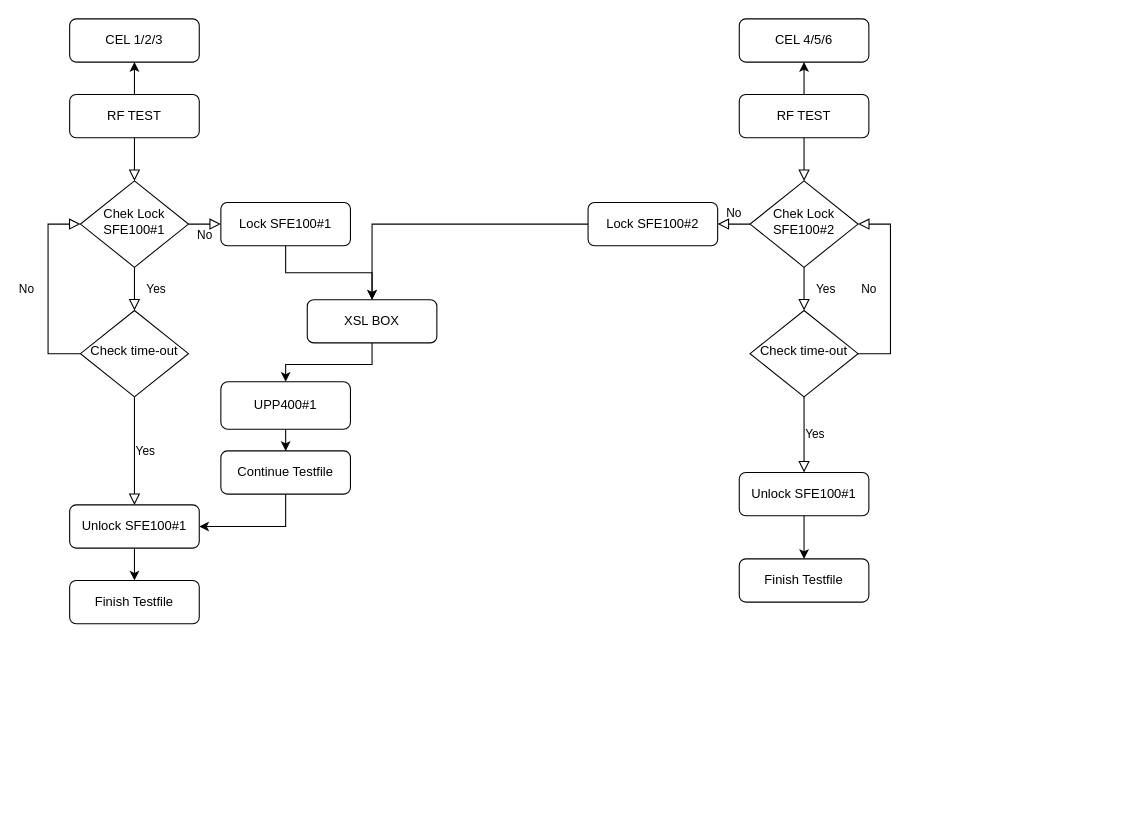
Above: FCT50 PSA IO.drawio in Waldri/index (draw.io), before the change. Source tidied: cells renumbered, new cells numbered last; positions are measured from the earlier drawing's top-left corner, leaving out a move shared by most shapes. Both pictures are drawn from the tidied source at 108%, with x=0, y=0 at pixel (48, 18).
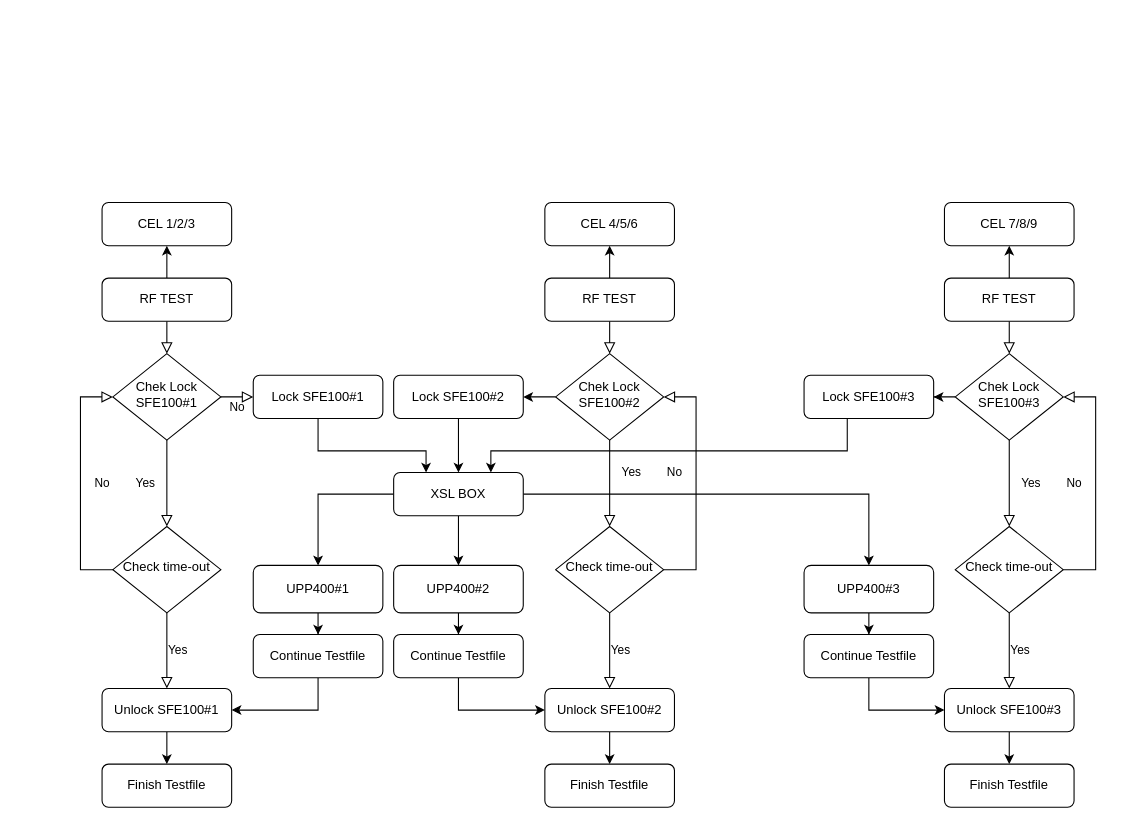
After the change.

What changed in the source:
```diff
@@
     <mxCell id="4" value="RF TEST" style="rounded=1;whiteSpace=wrap;html=1;fontSize=12;glass=0;strokeWidth=1;shadow=0;" parent="1" vertex="1">
-      <mxGeometry x="20" y="70" width="120" height="40" as="geometry" />
+      <mxGeometry x="50" y="240" width="120" height="40" as="geometry" />
     </mxCell>
     <mxCell id="5" value="Yes" style="rounded=0;html=1;jettySize=auto;fontSize=11;endArrow=block;endFill=0;endSize=8;strokeWidth=1;shadow=0;labelBackgroundColor=none;edgeStyle=orthogonalEdgeStyle;" parent="1" edge="1" source="7" target="12">
-      <mxGeometry y="20" relative="1" as="geometry" />
+      <mxGeometry y="-20" relative="1" as="geometry" />
     </mxCell>
@@
     <mxCell id="7" value="Chek Lock SFE100#1" style="rhombus;whiteSpace=wrap;html=1;shadow=0;fontFamily=Helvetica;fontSize=12;align=center;strokeWidth=1;spacing=6;spacingTop=-4;" parent="1" vertex="1">
-      <mxGeometry x="30" y="150" width="100" height="80" as="geometry" />
+      <mxGeometry x="60" y="310" width="100" height="80" as="geometry" />
     </mxCell>
-    <mxCell id="8" style="edgeStyle=orthogonalEdgeStyle;rounded=0;jettySize=auto;html=1;" parent="1" edge="1" source="9" target="17">
-      <mxGeometry relative="1" as="geometry" />
+    <mxCell id="8" style="edgeStyle=orthogonalEdgeStyle;rounded=0;jettySize=auto;html=1;entryX=0.25;entryY=0;entryDx=0;entryDy=0;" parent="1" edge="1" source="9" target="17">
+      <mxGeometry relative="1" as="geometry">
+        <Array as="points">
+          <mxPoint x="250" y="400" />
+          <mxPoint x="350" y="400" />
+        </Array>
+      </mxGeometry>
     </mxCell>
     <mxCell id="9" value="Lock SFE100#1" style="rounded=1;whiteSpace=wrap;html=1;fontSize=12;glass=0;strokeWidth=1;shadow=0;" parent="1" vertex="1">
-      <mxGeometry x="160" y="170" width="120" height="40" as="geometry" />
+      <mxGeometry x="190" y="330" width="120" height="40" as="geometry" />
     </mxCell>
     <mxCell id="10" value="No" style="rounded=0;html=1;jettySize=auto;fontSize=11;endArrow=block;endFill=0;endSize=8;strokeWidth=1;shadow=0;labelBackgroundColor=none;edgeStyle=orthogonalEdgeStyle;entryX=0;entryY=0.5;entryDx=0;entryDy=0;" parent="1" edge="1" source="12" target="7">
-      <mxGeometry y="20" relative="1" as="geometry">
+      <mxGeometry y="-20" relative="1" as="geometry">
         <Array as="points">
-          <mxPoint y="310" />
-          <mxPoint y="190" />
+          <mxPoint x="30" y="510" />
+          <mxPoint x="30" y="350" />
         </Array>
       </mxGeometry>
     </mxCell>
@@
     <mxCell id="12" value="Check time-out" style="rhombus;whiteSpace=wrap;html=1;shadow=0;fontFamily=Helvetica;fontSize=12;align=center;strokeWidth=1;spacing=6;spacingTop=-4;" parent="1" vertex="1">
-      <mxGeometry x="30" y="270" width="100" height="80" as="geometry" />
+      <mxGeometry x="60" y="470" width="100" height="80" as="geometry" />
     </mxCell>
@@
     <mxCell id="14" value="Unlock SFE100#1" style="rounded=1;whiteSpace=wrap;html=1;fontSize=12;glass=0;strokeWidth=1;shadow=0;" parent="1" vertex="1">
-      <mxGeometry x="20" y="450" width="120" height="40" as="geometry" />
+      <mxGeometry x="50" y="620" width="120" height="40" as="geometry" />
     </mxCell>
     <mxCell id="15" value="CEL 1/2/3" style="rounded=1;whiteSpace=wrap;html=1;fontSize=12;glass=0;strokeWidth=1;shadow=0;" parent="1" vertex="1">
-      <mxGeometry x="20" width="120" height="40" as="geometry" />
+      <mxGeometry x="50" y="170" width="120" height="40" as="geometry" />
     </mxCell>
@@
+    <mxCell id="38" style="edgeStyle=orthogonalEdgeStyle;rounded=0;jettySize=auto;html=1;" parent="1" edge="1" source="17" target="58">
+      <mxGeometry relative="1" as="geometry" />
+    </mxCell>
+    <mxCell id="39" style="edgeStyle=orthogonalEdgeStyle;rounded=0;jettySize=auto;html=1;entryX=0.5;entryY=0;entryDx=0;entryDy=0;" parent="1" edge="1" source="17" target="42">
+      <mxGeometry relative="1" as="geometry" />
+    </mxCell>
     <mxCell id="17" value="XSL BOX" style="rounded=1;whiteSpace=wrap;html=1;fontSize=12;glass=0;strokeWidth=1;shadow=0;" parent="1" vertex="1">
-      <mxGeometry x="240" y="260" width="120" height="40" as="geometry" />
+      <mxGeometry x="320" y="420" width="120" height="40" as="geometry" />
     </mxCell>
@@
     <mxCell id="20" value="RF TEST" style="rounded=1;whiteSpace=wrap;html=1;fontSize=12;glass=0;strokeWidth=1;shadow=0;" parent="1" vertex="1">
-      <mxGeometry x="640" y="70" width="120" height="40" as="geometry" />
+      <mxGeometry x="460" y="240" width="120" height="40" as="geometry" />
     </mxCell>
     <mxCell id="21" value="Yes" style="rounded=0;html=1;jettySize=auto;fontSize=11;endArrow=block;endFill=0;endSize=8;strokeWidth=1;shadow=0;labelBackgroundColor=none;edgeStyle=orthogonalEdgeStyle;" parent="1" edge="1" source="23" target="28">
-      <mxGeometry y="20" relative="1" as="geometry" />
+      <mxGeometry x="-0.25" y="20" relative="1" as="geometry" />
     </mxCell>
-    <mxCell id="22" value="No" style="edgeStyle=orthogonalEdgeStyle;rounded=0;html=1;jettySize=auto;fontSize=11;endArrow=block;endFill=0;endSize=8;strokeWidth=1;shadow=0;labelBackgroundColor=none;" parent="1" edge="1" source="23" target="25">
-      <mxGeometry y="10" relative="1" as="geometry" />
-    </mxCell>
+    <mxCell id="40" style="edgeStyle=orthogonalEdgeStyle;rounded=0;jettySize=auto;html=1;" parent="1" edge="1" source="23" target="25">
+      <mxGeometry relative="1" as="geometry" />
+    </mxCell>
     <mxCell id="23" value="Chek Lock SFE100#2" style="rhombus;whiteSpace=wrap;html=1;shadow=0;fontFamily=Helvetica;fontSize=12;align=center;strokeWidth=1;spacing=6;spacingTop=-4;" parent="1" vertex="1">
-      <mxGeometry x="650" y="150" width="100" height="80" as="geometry" />
+      <mxGeometry x="470" y="310" width="100" height="80" as="geometry" />
     </mxCell>
     <mxCell id="24" style="edgeStyle=orthogonalEdgeStyle;rounded=0;jettySize=auto;html=1;entryX=0.5;entryY=0;entryDx=0;entryDy=0;" parent="1" edge="1" source="25" target="17">
-      <mxGeometry relative="1" as="geometry" />
+      <mxGeometry relative="1" as="geometry">
+        <Array as="points">
+          <mxPoint x="380" y="380" />
+          <mxPoint x="380" y="380" />
+        </Array>
+      </mxGeometry>
     </mxCell>
     <mxCell id="25" value="Lock SFE100#2" style="rounded=1;whiteSpace=wrap;html=1;fontSize=12;glass=0;strokeWidth=1;shadow=0;" parent="1" vertex="1">
-      <mxGeometry x="500" y="170" width="120" height="40" as="geometry" />
+      <mxGeometry x="320" y="330" width="120" height="40" as="geometry" />
     </mxCell>
     <mxCell id="26" value="No" style="rounded=0;html=1;jettySize=auto;fontSize=11;endArrow=block;endFill=0;endSize=8;strokeWidth=1;shadow=0;labelBackgroundColor=none;edgeStyle=orthogonalEdgeStyle;entryX=1;entryY=0.5;entryDx=0;entryDy=0;exitX=1;exitY=0.5;exitDx=0;exitDy=0;" parent="1" edge="1" source="28" target="23">
-      <mxGeometry y="20" relative="1" as="geometry">
+      <mxGeometry x="0.09" y="20" relative="1" as="geometry">
         <Array as="points">
-          <mxPoint x="780" y="310" />
-          <mxPoint x="780" y="190" />
+          <mxPoint x="600" y="510" />
+          <mxPoint x="600" y="350" />
         </Array>
       </mxGeometry>
     </mxCell>
@@
     <mxCell id="28" value="Check time-out" style="rhombus;whiteSpace=wrap;html=1;shadow=0;fontFamily=Helvetica;fontSize=12;align=center;strokeWidth=1;spacing=6;spacingTop=-4;" parent="1" vertex="1">
-      <mxGeometry x="650" y="270" width="100" height="80" as="geometry" />
+      <mxGeometry x="470" y="470" width="100" height="80" as="geometry" />
     </mxCell>
     <mxCell id="29" value="CEL 4/5/6" style="rounded=1;whiteSpace=wrap;html=1;fontSize=12;glass=0;strokeWidth=1;shadow=0;" parent="1" vertex="1">
-      <mxGeometry x="640" width="120" height="40" as="geometry" />
+      <mxGeometry x="460" y="170" width="120" height="40" as="geometry" />
     </mxCell>
     <mxCell id="30" style="edgeStyle=orthogonalEdgeStyle;rounded=0;jettySize=auto;html=1;entryX=1;entryY=0.5;entryDx=0;entryDy=0;startArrow=none;" parent="1" edge="1" source="34" target="14">
       <mxGeometry relative="1" as="geometry">
         <Array as="points">
-          <mxPoint x="220" y="470" />
+          <mxPoint x="250" y="640" />
         </Array>
       </mxGeometry>
     </mxCell>
@@
     <mxCell id="32" value="UPP400#1" style="rounded=1;whiteSpace=wrap;html=1;fontSize=12;glass=0;strokeWidth=1;shadow=0;" parent="1" vertex="1">
-      <mxGeometry x="160" y="336" width="120" height="44" as="geometry" />
+      <mxGeometry x="190" y="506" width="120" height="44" as="geometry" />
     </mxCell>
     <mxCell id="33" value="Finish Testfile" style="rounded=1;whiteSpace=wrap;html=1;fontSize=12;glass=0;strokeWidth=1;shadow=0;" parent="1" vertex="1">
-      <mxGeometry x="20" y="520" width="120" height="40" as="geometry" />
+      <mxGeometry x="50" y="690" width="120" height="40" as="geometry" />
     </mxCell>
     <mxCell id="34" value="Continue Testfile" style="rounded=1;whiteSpace=wrap;html=1;fontSize=12;glass=0;strokeWidth=1;shadow=0;" parent="1" vertex="1">
-      <mxGeometry x="160" y="400" width="120" height="40" as="geometry" />
+      <mxGeometry x="190" y="570" width="120" height="40" as="geometry" />
     </mxCell>
@@
-    <mxCell id="36" value="Unlock SFE100#1" style="rounded=1;whiteSpace=wrap;html=1;fontSize=12;glass=0;strokeWidth=1;shadow=0;" parent="1" vertex="1">
-      <mxGeometry x="640" y="420" width="120" height="40" as="geometry" />
+    <mxCell id="36" value="Unlock SFE100#2" style="rounded=1;whiteSpace=wrap;html=1;fontSize=12;glass=0;strokeWidth=1;shadow=0;" parent="1" vertex="1">
+      <mxGeometry x="460" y="620" width="120" height="40" as="geometry" />
     </mxCell>
     <mxCell id="37" value="Finish Testfile" style="rounded=1;whiteSpace=wrap;html=1;fontSize=12;glass=0;strokeWidth=1;shadow=0;" parent="1" vertex="1">
-      <mxGeometry x="640" y="500" width="120" height="40" as="geometry" />
+      <mxGeometry x="460" y="690" width="120" height="40" as="geometry" />
     </mxCell>
+    <mxCell id="41" style="edgeStyle=orthogonalEdgeStyle;rounded=0;jettySize=auto;html=1;" parent="1" edge="1" source="42" target="44">
+      <mxGeometry relative="1" as="geometry" />
+    </mxCell>
+    <mxCell id="42" value="UPP400#2" style="rounded=1;whiteSpace=wrap;html=1;fontSize=12;glass=0;strokeWidth=1;shadow=0;" parent="1" vertex="1">
+      <mxGeometry x="320" y="506" width="120" height="44" as="geometry" />
+    </mxCell>
+    <mxCell id="43" style="edgeStyle=orthogonalEdgeStyle;rounded=0;jettySize=auto;html=1;entryX=0;entryY=0.5;entryDx=0;entryDy=0;" parent="1" edge="1" source="44" target="36">
+      <mxGeometry relative="1" as="geometry">
+        <Array as="points">
+          <mxPoint x="380" y="640" />
+        </Array>
+      </mxGeometry>
+    </mxCell>
+    <mxCell id="44" value="Continue Testfile" style="rounded=1;whiteSpace=wrap;html=1;fontSize=12;glass=0;strokeWidth=1;shadow=0;" parent="1" vertex="1">
+      <mxGeometry x="320" y="570" width="120" height="40" as="geometry" />
+    </mxCell>
+    <mxCell id="45" style="rounded=0;html=1;jettySize=auto;fontSize=11;endArrow=block;endFill=0;endSize=8;strokeWidth=1;shadow=0;labelBackgroundColor=none;edgeStyle=orthogonalEdgeStyle;" parent="1" edge="1" source="47" target="50">
+      <mxGeometry relative="1" as="geometry" />
+    </mxCell>
+    <mxCell id="46" style="edgeStyle=orthogonalEdgeStyle;rounded=0;jettySize=auto;html=1;" parent="1" edge="1" source="47" target="53">
+      <mxGeometry relative="1" as="geometry" />
+    </mxCell>
+    <mxCell id="47" value="RF TEST" style="rounded=1;whiteSpace=wrap;html=1;fontSize=12;glass=0;strokeWidth=1;shadow=0;" parent="1" vertex="1">
+      <mxGeometry x="830" y="240" width="120" height="40" as="geometry" />
+    </mxCell>
+    <mxCell id="48" value="Yes" style="rounded=0;html=1;jettySize=auto;fontSize=11;endArrow=block;endFill=0;endSize=8;strokeWidth=1;shadow=0;labelBackgroundColor=none;edgeStyle=orthogonalEdgeStyle;" parent="1" edge="1" source="50" target="52">
+      <mxGeometry y="20" relative="1" as="geometry" />
+    </mxCell>
+    <mxCell id="49" style="edgeStyle=orthogonalEdgeStyle;rounded=0;jettySize=auto;html=1;" parent="1" edge="1" source="50" target="62">
+      <mxGeometry relative="1" as="geometry" />
+    </mxCell>
+    <mxCell id="50" value="Chek Lock SFE100#3" style="rhombus;whiteSpace=wrap;html=1;shadow=0;fontFamily=Helvetica;fontSize=12;align=center;strokeWidth=1;spacing=6;spacingTop=-4;" parent="1" vertex="1">
+      <mxGeometry x="840" y="310" width="100" height="80" as="geometry" />
+    </mxCell>
+    <mxCell id="22" value="No" style="rounded=0;html=1;jettySize=auto;fontSize=11;endArrow=block;endFill=0;endSize=8;strokeWidth=1;shadow=0;labelBackgroundColor=none;edgeStyle=orthogonalEdgeStyle;entryX=1;entryY=0.5;entryDx=0;entryDy=0;exitX=1;exitY=0.5;exitDx=0;exitDy=0;" parent="1" edge="1" source="52" target="50">
+      <mxGeometry y="20" relative="1" as="geometry">
+        <Array as="points">
+          <mxPoint x="970" y="510" />
+          <mxPoint x="970" y="350" />
+        </Array>
+      </mxGeometry>
+    </mxCell>
+    <mxCell id="51" value="Yes" style="edgeStyle=orthogonalEdgeStyle;rounded=0;html=1;jettySize=auto;fontSize=11;endArrow=block;endFill=0;endSize=8;strokeWidth=1;shadow=0;labelBackgroundColor=none;entryX=0.5;entryY=0;entryDx=0;entryDy=0;" parent="1" edge="1" source="52" target="55">
+      <mxGeometry y="10" relative="1" as="geometry" />
+    </mxCell>
+    <mxCell id="52" value="Check time-out" style="rhombus;whiteSpace=wrap;html=1;shadow=0;fontFamily=Helvetica;fontSize=12;align=center;strokeWidth=1;spacing=6;spacingTop=-4;" parent="1" vertex="1">
+      <mxGeometry x="840" y="470" width="100" height="80" as="geometry" />
+    </mxCell>
+    <mxCell id="53" value="CEL 7/8/9" style="rounded=1;whiteSpace=wrap;html=1;fontSize=12;glass=0;strokeWidth=1;shadow=0;" parent="1" vertex="1">
+      <mxGeometry x="830" y="170" width="120" height="40" as="geometry" />
+    </mxCell>
+    <mxCell id="54" style="edgeStyle=orthogonalEdgeStyle;rounded=0;jettySize=auto;html=1;" parent="1" edge="1" source="55" target="56">
+      <mxGeometry relative="1" as="geometry" />
+    </mxCell>
+    <mxCell id="55" value="Unlock SFE100#3" style="rounded=1;whiteSpace=wrap;html=1;fontSize=12;glass=0;strokeWidth=1;shadow=0;" parent="1" vertex="1">
+      <mxGeometry x="830" y="620" width="120" height="40" as="geometry" />
+    </mxCell>
+    <mxCell id="56" value="Finish Testfile" style="rounded=1;whiteSpace=wrap;html=1;fontSize=12;glass=0;strokeWidth=1;shadow=0;" parent="1" vertex="1">
+      <mxGeometry x="830" y="690" width="120" height="40" as="geometry" />
+    </mxCell>
+    <mxCell id="57" style="edgeStyle=orthogonalEdgeStyle;rounded=0;jettySize=auto;html=1;" parent="1" edge="1" source="58" target="60">
+      <mxGeometry relative="1" as="geometry" />
+    </mxCell>
+    <mxCell id="58" value="UPP400#3" style="rounded=1;whiteSpace=wrap;html=1;fontSize=12;glass=0;strokeWidth=1;shadow=0;" parent="1" vertex="1">
+      <mxGeometry x="700" y="506" width="120" height="44" as="geometry" />
+    </mxCell>
+    <mxCell id="59" style="edgeStyle=orthogonalEdgeStyle;rounded=0;jettySize=auto;html=1;entryX=0;entryY=0.5;entryDx=0;entryDy=0;" parent="1" edge="1" source="60" target="55">
+      <mxGeometry relative="1" as="geometry">
+        <Array as="points">
+          <mxPoint x="760" y="640" />
+        </Array>
+      </mxGeometry>
+    </mxCell>
+    <mxCell id="60" value="Continue Testfile" style="rounded=1;whiteSpace=wrap;html=1;fontSize=12;glass=0;strokeWidth=1;shadow=0;" parent="1" vertex="1">
+      <mxGeometry x="700" y="570" width="120" height="40" as="geometry" />
+    </mxCell>
+    <mxCell id="61" style="edgeStyle=orthogonalEdgeStyle;rounded=0;jettySize=auto;html=1;" parent="1" edge="1" source="62" target="17">
+      <mxGeometry relative="1" as="geometry">
+        <Array as="points">
+          <mxPoint x="740" y="400" />
+          <mxPoint x="410" y="400" />
+        </Array>
+      </mxGeometry>
+    </mxCell>
+    <mxCell id="62" value="Lock SFE100#3" style="rounded=1;whiteSpace=wrap;html=1;fontSize=12;glass=0;strokeWidth=1;shadow=0;" parent="1" vertex="1">
+      <mxGeometry x="700" y="330" width="120" height="40" as="geometry" />
+    </mxCell>
```
